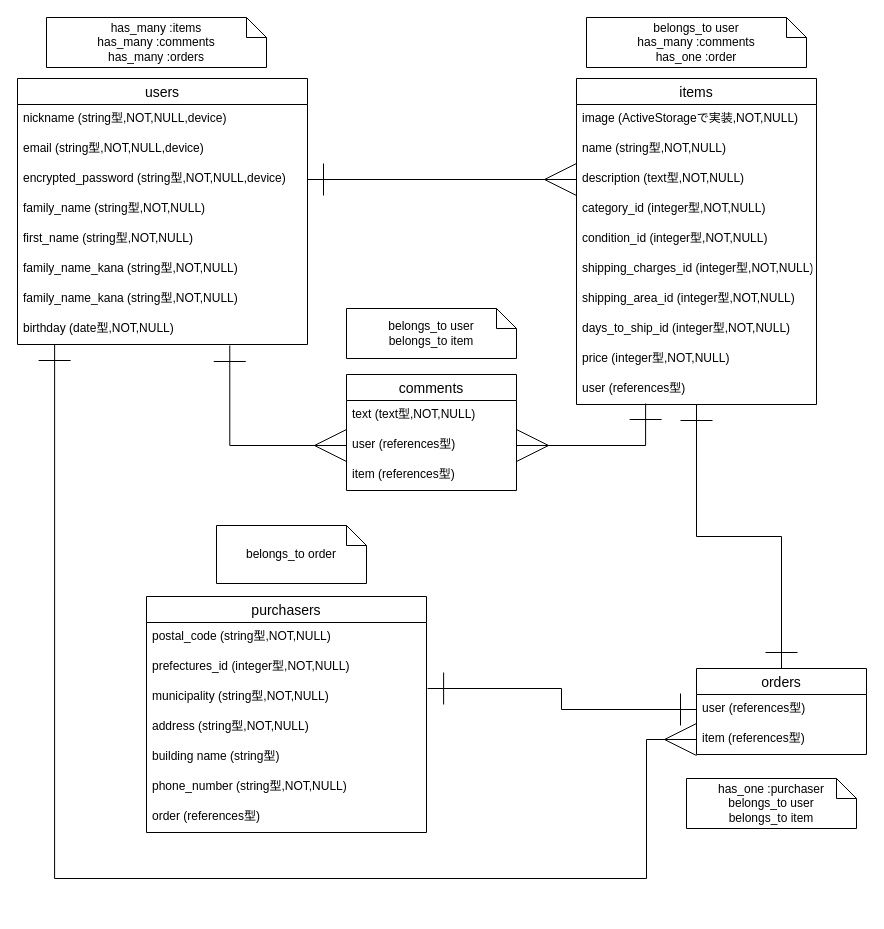
Above: ER.dio in Yurai-0820/furima-31517 (draw.io), before the change. Source tidied: cells renumbered, new cells numbered last; positions are measured from the earlier drawing's top-left corner, leaving out a move shared by most shapes. Both pictures are drawn from the tidied source at 100%, with x=0, y=0 at pixel (17, 17).
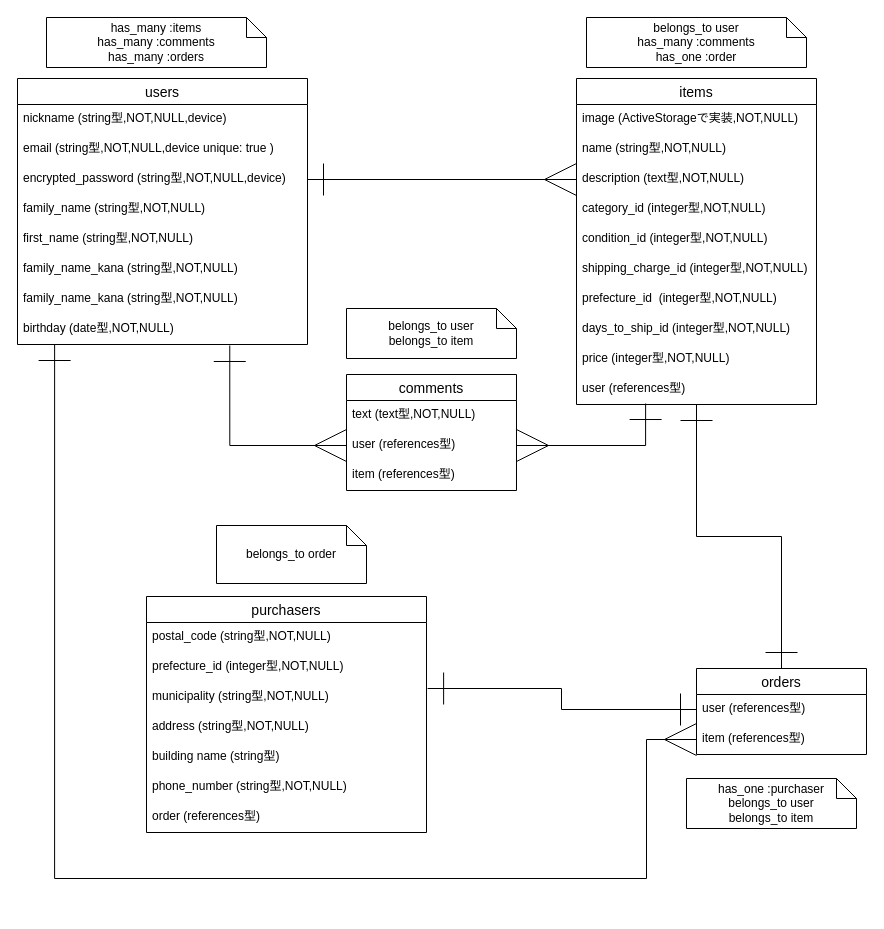
Above is the later version.

Commit message (it also covers changes not shown here):
データベース修正２

The change refers to these unchanged cells:
```xml
<mxCell id="2" value="users" style="swimlane;fontStyle=0;horizontal=1;startSize=26;align=center;fontSize=14;" parent="1" vertex="1">
  <mxGeometry y="61" width="290" height="266" as="geometry" />
</mxCell>
<mxCell id="12" value="items" style="swimlane;fontStyle=0;horizontal=1;startSize=26;align=center;fontSize=14;" parent="1" vertex="1">
  <mxGeometry x="559" y="61" width="240" height="326" as="geometry" />
</mxCell>
<mxCell id="23" value="purchasers" style="swimlane;fontStyle=0;horizontal=1;startSize=26;align=center;fontSize=14;" parent="1" vertex="1">
  <mxGeometry x="129" y="579" width="280" height="236" as="geometry" />
</mxCell>
```

Diff of the diagram source:
```diff
@@
-    <mxCell id="4" value="email (string型,NOT,NULL,device)" style="text;strokeColor=none;fillColor=none;spacingLeft=4;spacingRight=4;overflow=hidden;fontSize=12;" parent="2" vertex="1">
+    <mxCell id="4" value="email (string型,NOT,NULL,device unique: true )" style="text;strokeColor=none;fillColor=none;spacingLeft=4;spacingRight=4;overflow=hidden;fontSize=12;" parent="2" vertex="1">
       <mxGeometry y="56" width="290" height="30" as="geometry" />
     </mxCell>
@@
-    <mxCell id="18" value="shipping_charges_id (integer型,NOT,NULL)" style="text;strokeColor=none;fillColor=none;spacingLeft=4;spacingRight=4;overflow=hidden;fontSize=12;" parent="12" vertex="1">
+    <mxCell id="18" value="shipping_charge_id (integer型,NOT,NULL)" style="text;strokeColor=none;fillColor=none;spacingLeft=4;spacingRight=4;overflow=hidden;fontSize=12;" parent="12" vertex="1">
       <mxGeometry y="176" width="240" height="30" as="geometry" />
     </mxCell>
-    <mxCell id="19" value="shipping_area_id (integer型,NOT,NULL)" style="text;strokeColor=none;fillColor=none;spacingLeft=4;spacingRight=4;overflow=hidden;fontSize=12;" parent="12" vertex="1">
+    <mxCell id="19" value="prefecture_id  (integer型,NOT,NULL)" style="text;strokeColor=none;fillColor=none;spacingLeft=4;spacingRight=4;overflow=hidden;fontSize=12;" parent="12" vertex="1">
       <mxGeometry y="206" width="240" height="30" as="geometry" />
     </mxCell>
@@
-    <mxCell id="25" value="prefectures_id (integer型,NOT,NULL)" style="text;strokeColor=none;fillColor=none;spacingLeft=4;spacingRight=4;overflow=hidden;fontSize=12;" parent="23" vertex="1">
+    <mxCell id="25" value="prefecture_id (integer型,NOT,NULL)" style="text;strokeColor=none;fillColor=none;spacingLeft=4;spacingRight=4;overflow=hidden;fontSize=12;" parent="23" vertex="1">
       <mxGeometry y="56" width="280" height="30" as="geometry" />
     </mxCell>
```
